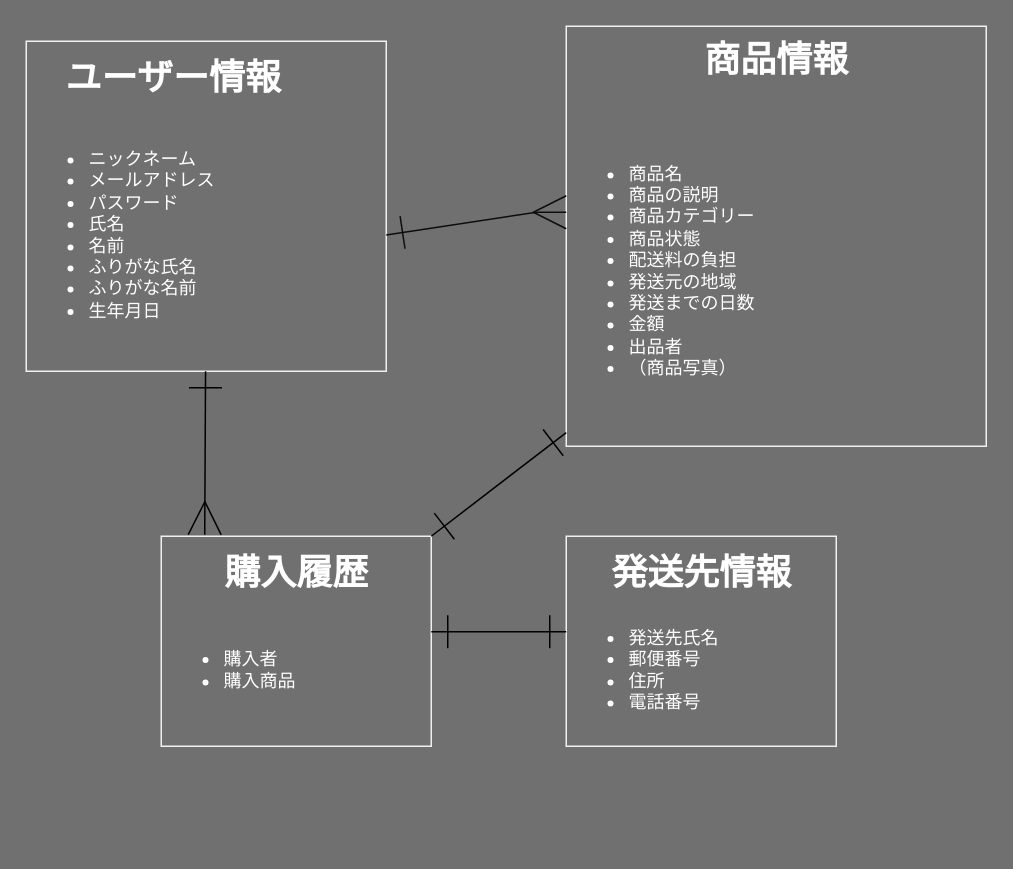
Before: er.dio in aya-tsubono/furima-36518, a draw.io diagram. Source tidied: cells renumbered, new cells numbered last; positions are measured from the earlier drawing's top-left corner, leaving out a move shared by most shapes. Both pictures are drawn from the tidied source at 150%, with x=0, y=0 at pixel (26, 26).
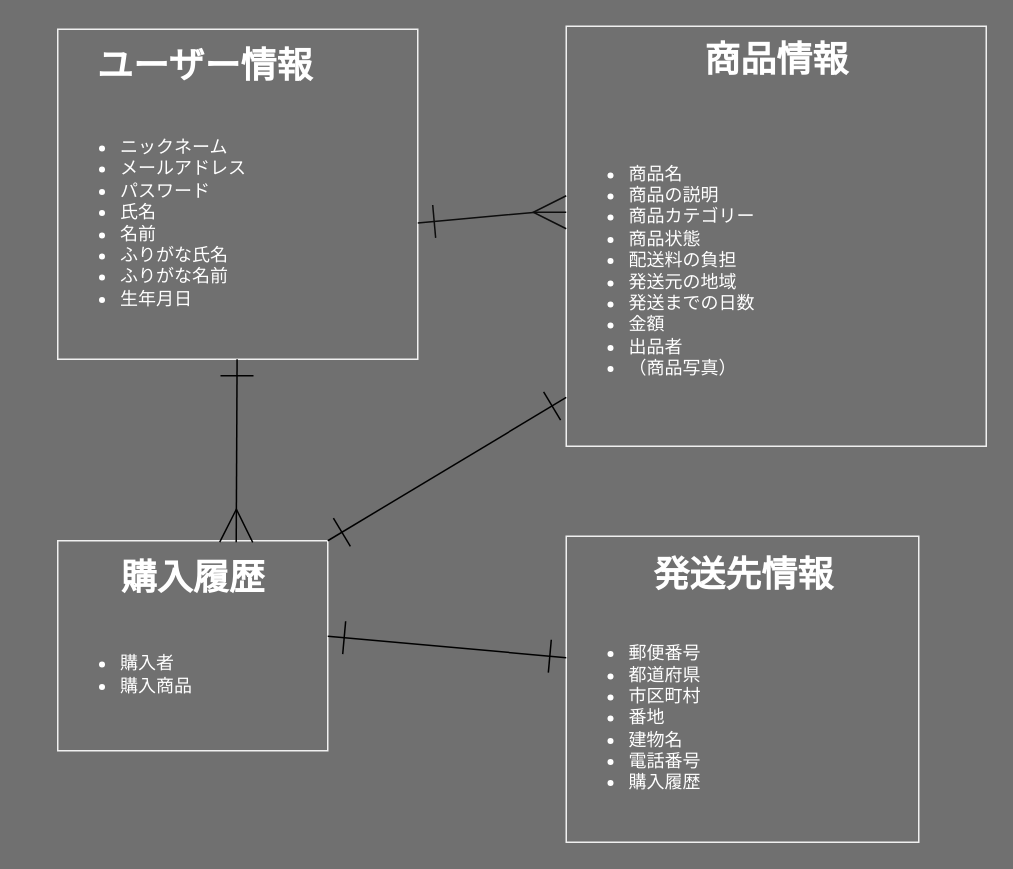
The same page after the edit.

The edit, as a diff of the source:
```diff
@@
 <mxGraphModel background="#707070">
   <root>
     <mxCell id="0" />
     <mxCell id="1" parent="0" />
     <mxCell id="2" style="group;perimeterSpacing=3;fillColor=none;strokeColor=#f0f0f0;labelBackgroundColor=none;fontColor=#FFFFFF;labelBorderColor=none;" parent="1" vertex="1">
-      <mxGeometry y="10" width="240" height="220" as="geometry" />
+      <mxGeometry x="21" y="2" width="240" height="220" as="geometry" />
     </mxCell>
     <mxCell id="3" value="&lt;ul&gt;&lt;li&gt;ニックネーム&lt;/li&gt;&lt;li&gt;メールアドレス&lt;/li&gt;&lt;li&gt;パスワード&lt;/li&gt;&lt;li&gt;氏名&lt;/li&gt;&lt;li&gt;名前&lt;/li&gt;&lt;li&gt;ふりがな氏名&lt;/li&gt;&lt;li&gt;ふりがな名前&lt;/li&gt;&lt;li&gt;生年月日&lt;/li&gt;&lt;/ul&gt;" style="text;strokeColor=none;fillColor=none;html=1;whiteSpace=wrap;verticalAlign=middle;overflow=hidden;labelBackgroundColor=none;fontColor=#FFFFFF;labelBorderColor=none;" parent="2" vertex="1">
       <mxGeometry y="38.2" width="240" height="181.8" as="geometry" />
     </mxCell>
     <mxCell id="4" value="ユーザー情報" style="text;strokeColor=none;fillColor=none;html=1;fontSize=24;fontStyle=1;verticalAlign=middle;align=center;labelBackgroundColor=none;fontColor=#FFFFFF;labelBorderColor=none;" parent="2" vertex="1">
       <mxGeometry width="196.4" height="50.9" as="geometry" />
     </mxCell>
     <mxCell id="5" style="group;strokeColor=#f0f0f0;perimeterSpacing=3;labelBackgroundColor=none;fontColor=#FFFFFF;labelBorderColor=none;" parent="1" vertex="1">
       <mxGeometry x="360" width="280" height="280" as="geometry" />
     </mxCell>
     <mxCell id="6" value="&lt;ul&gt;&lt;li&gt;商品名&lt;/li&gt;&lt;li&gt;商品の説明&lt;/li&gt;&lt;li&gt;商品カテゴリー&lt;/li&gt;&lt;li&gt;商品状態&lt;/li&gt;&lt;li&gt;配送料の負担&lt;/li&gt;&lt;li&gt;発送元の地域&lt;/li&gt;&lt;li&gt;発送までの日数&lt;/li&gt;&lt;li&gt;金額&lt;/li&gt;&lt;li&gt;出品者&lt;/li&gt;&lt;li&gt;（商品写真）&lt;/li&gt;&lt;/ul&gt;" style="text;strokeColor=none;fillColor=none;html=1;whiteSpace=wrap;verticalAlign=middle;overflow=hidden;labelBackgroundColor=none;fontColor=#FFFFFF;labelBorderColor=none;" parent="5" vertex="1">
       <mxGeometry y="46.7" width="280" height="233.3" as="geometry" />
     </mxCell>
     <mxCell id="7" value="商品情報" style="text;strokeColor=none;fillColor=none;html=1;fontSize=24;fontStyle=1;verticalAlign=middle;align=center;labelBackgroundColor=none;fontColor=#FFFFFF;labelBorderColor=none;" parent="5" vertex="1">
       <mxGeometry width="280" height="46.7" as="geometry" />
     </mxCell>
     <mxCell id="8" style="group;perimeterSpacing=3;strokeColor=#f0f0f0;labelBackgroundColor=none;fontColor=#FFFFFF;labelBorderColor=none;" parent="1" vertex="1">
-      <mxGeometry x="90" y="340" width="180" height="140" as="geometry" />
+      <mxGeometry x="21" y="343" width="180" height="140" as="geometry" />
     </mxCell>
     <mxCell id="9" value="&lt;ul&gt;&lt;li&gt;購入者&lt;/li&gt;&lt;li&gt;購入商品&lt;/li&gt;&lt;/ul&gt;" style="text;strokeColor=none;fillColor=none;html=1;whiteSpace=wrap;verticalAlign=middle;overflow=hidden;labelBackgroundColor=none;fontColor=#FFFFFF;labelBorderColor=none;" parent="8" vertex="1">
       <mxGeometry y="38.2" width="180" height="101.8" as="geometry" />
     </mxCell>
     <mxCell id="10" value="購入履歴" style="text;strokeColor=none;fillColor=none;html=1;fontSize=24;fontStyle=1;verticalAlign=middle;align=center;labelBackgroundColor=none;fontColor=#FFFFFF;labelBorderColor=none;" parent="8" vertex="1">
       <mxGeometry width="180" height="50.9" as="geometry" />
     </mxCell>
     <mxCell id="11" style="group;perimeterSpacing=3;strokeColor=#f0f0f0;labelBackgroundColor=none;fontColor=#FFFFFF;labelBorderColor=none;" parent="1" vertex="1">
-      <mxGeometry x="360" y="340" width="180" height="140" as="geometry" />
+      <mxGeometry x="360" y="340" width="235" height="204" as="geometry" />
     </mxCell>
-    <mxCell id="12" value="&lt;ul&gt;&lt;li&gt;発送先氏名&lt;/li&gt;&lt;li&gt;郵便番号&lt;/li&gt;&lt;li&gt;住所&lt;/li&gt;&lt;li&gt;電話番号&lt;/li&gt;&lt;/ul&gt;" style="text;strokeColor=none;fillColor=none;html=1;whiteSpace=wrap;verticalAlign=middle;overflow=hidden;labelBackgroundColor=none;fontColor=#FFFFFF;labelBorderColor=none;" parent="11" vertex="1">
-      <mxGeometry y="38.2" width="180" height="101.8" as="geometry" />
+    <mxCell id="12" value="&lt;ul&gt;&lt;li&gt;郵便番号&lt;/li&gt;&lt;li&gt;都道府県&lt;/li&gt;&lt;li&gt;市区町村&lt;/li&gt;&lt;li&gt;番地&lt;/li&gt;&lt;li&gt;建物名&lt;/li&gt;&lt;li&gt;電話番号&lt;/li&gt;&lt;li&gt;購入履歴&lt;/li&gt;&lt;/ul&gt;" style="text;strokeColor=none;fillColor=none;html=1;whiteSpace=wrap;verticalAlign=middle;overflow=hidden;labelBackgroundColor=none;fontColor=#FFFFFF;labelBorderColor=none;" parent="11" vertex="1">
+      <mxGeometry y="41.2" width="235" height="159" as="geometry" />
     </mxCell>
     <mxCell id="13" value="発送先情報" style="text;strokeColor=none;fillColor=none;html=1;fontSize=24;fontStyle=1;verticalAlign=middle;align=center;labelBackgroundColor=none;fontColor=#FFFFFF;labelBorderColor=none;" parent="11" vertex="1">
-      <mxGeometry width="180" height="50.9" as="geometry" />
+      <mxGeometry width="235" height="52" as="geometry" />
     </mxCell>
     <mxCell id="14" style="rounded=0;jettySize=auto;html=1;exitX=1;exitY=0.5;exitDx=0;exitDy=0;strokeWidth=1;endArrow=ERmany;endFill=0;endSize=20;startSize=20;startArrow=ERone;startFill=0;labelBackgroundColor=none;fontColor=#FFFFFF;labelBorderColor=#000000;fontSize=11;strokeColor=#0D0D0D;" parent="1" edge="1" source="3">
       <mxGeometry relative="1" as="geometry">
         <mxPoint x="360" y="124" as="targetPoint" />
         <Array as="points">
           <mxPoint x="340" y="124" />
         </Array>
       </mxGeometry>
     </mxCell>
-    <mxCell id="15" style="edgeStyle=none;rounded=0;jettySize=auto;html=1;entryX=0.161;entryY=-0.02;entryDx=0;entryDy=0;entryPerimeter=0;startArrow=ERone;startFill=0;endArrow=ERmany;endFill=0;startSize=20;endSize=20;strokeWidth=1;labelBackgroundColor=none;fontColor=#FFFFFF;labelBorderColor=#000000;" parent="1" edge="1" source="3" target="10">
+    <mxCell id="15" style="edgeStyle=none;rounded=0;jettySize=auto;html=1;entryX=0.661;entryY=0.02;entryDx=0;entryDy=0;entryPerimeter=0;startArrow=ERone;startFill=0;endArrow=ERmany;endFill=0;startSize=20;endSize=20;strokeWidth=1;labelBackgroundColor=none;fontColor=#FFFFFF;labelBorderColor=#000000;" parent="1" edge="1" source="3" target="10">
       <mxGeometry relative="1" as="geometry" />
     </mxCell>
     <mxCell id="16" style="edgeStyle=none;rounded=0;jettySize=auto;html=1;entryX=1;entryY=0;entryDx=0;entryDy=0;startArrow=ERone;startFill=0;endArrow=ERone;endFill=0;startSize=20;endSize=20;strokeWidth=1;labelBackgroundColor=none;fontColor=#FFFFFF;labelBorderColor=#000000;" parent="1" edge="1" source="6" target="10">
       <mxGeometry relative="1" as="geometry" />
     </mxCell>
     <mxCell id="17" style="edgeStyle=none;rounded=0;jettySize=auto;html=1;exitX=1;exitY=0.25;exitDx=0;exitDy=0;entryX=0;entryY=0.25;entryDx=0;entryDy=0;startArrow=ERone;startFill=0;endArrow=ERone;endFill=0;startSize=20;endSize=20;strokeWidth=1;labelBackgroundColor=none;fontColor=#FFFFFF;labelBorderColor=#000000;" parent="1" edge="1" source="9" target="12">
       <mxGeometry relative="1" as="geometry" />
     </mxCell>
   </root>
 </mxGraphModel>
```
